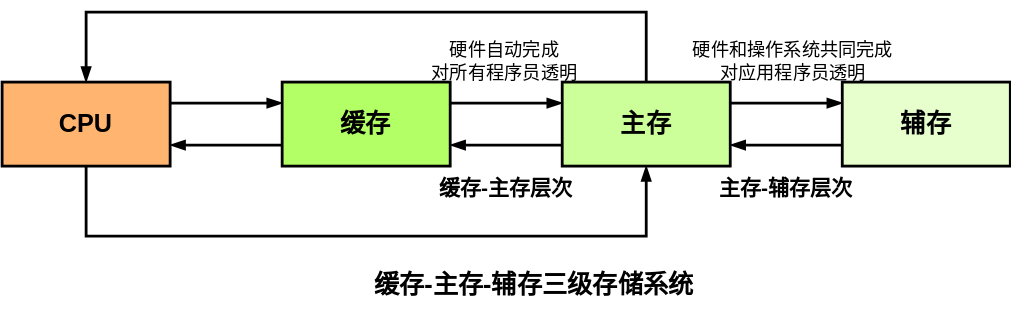
Above: pictures/计算机组成原理-存储器-层次结构.drawio.svg in creatern/NoteBook (draw.io), before the change. Source tidied: cells renumbered, new cells last; positions are measured from the earlier drawing's top-left corner, leaving out a move shared by most shapes.
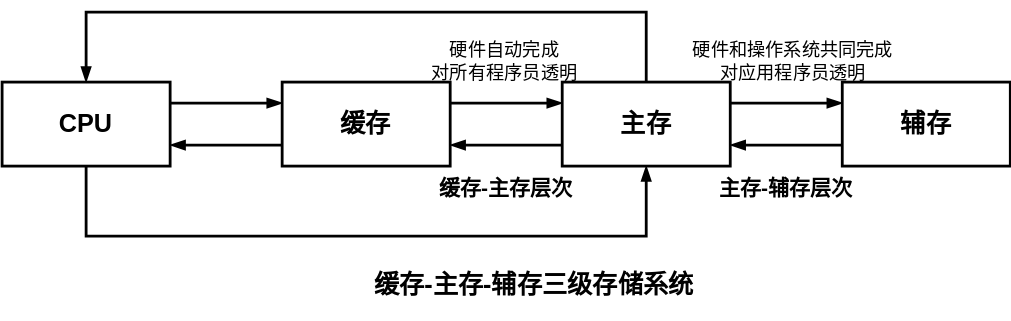
After the commit.

The edit, as a diff of the source:
```diff
@@ -13,7 +13,7 @@
         </Array>
       </mxGeometry>
     </mxCell>
-    <mxCell id="4" value="&lt;b&gt;&lt;font style=&quot;font-size: 18px;&quot;&gt;CPU&lt;/font&gt;&lt;/b&gt;" style="rounded=0;whiteSpace=wrap;html=1;strokeWidth=2;fillColor=#FFB570;" parent="1" vertex="1">
+    <mxCell id="4" value="&lt;b&gt;&lt;font style=&quot;font-size: 18px;&quot;&gt;CPU&lt;/font&gt;&lt;/b&gt;" style="rounded=0;whiteSpace=wrap;html=1;strokeWidth=2;" parent="1" vertex="1">
       <mxGeometry y="50" width="120" height="60" as="geometry" />
     </mxCell>
     <mxCell id="5" style="edgeStyle=orthogonalEdgeStyle;shape=connector;rounded=0;jettySize=auto;html=1;exitX=0;exitY=0.75;exitDx=0;exitDy=0;entryX=1;entryY=0.75;entryDx=0;entryDy=0;labelBackgroundColor=default;strokeColor=default;strokeWidth=2;fontFamily=Helvetica;fontSize=11;fontColor=default;endArrow=blockThin;endFill=1;" parent="1" edge="1" source="7" target="4">
@@ -22,7 +22,7 @@
     <mxCell id="6" style="edgeStyle=orthogonalEdgeStyle;shape=connector;rounded=0;jettySize=auto;html=1;exitX=1;exitY=0.25;exitDx=0;exitDy=0;entryX=0;entryY=0.25;entryDx=0;entryDy=0;labelBackgroundColor=default;strokeColor=default;strokeWidth=2;fontFamily=Helvetica;fontSize=11;fontColor=default;endArrow=blockThin;endFill=1;" parent="1" edge="1" source="7" target="11">
       <mxGeometry relative="1" as="geometry" />
     </mxCell>
-    <mxCell id="7" value="&lt;font style=&quot;font-size: 18px;&quot;&gt;缓存&lt;/font&gt;" style="rounded=0;whiteSpace=wrap;html=1;strokeWidth=2;fontSize=18;fontStyle=1;fillColor=#B3FF66;" parent="1" vertex="1">
+    <mxCell id="7" value="&lt;font style=&quot;font-size: 18px;&quot;&gt;缓存&lt;/font&gt;" style="rounded=0;whiteSpace=wrap;html=1;strokeWidth=2;fontSize=18;fontStyle=1;" parent="1" vertex="1">
       <mxGeometry x="200" y="50" width="120" height="60" as="geometry" />
     </mxCell>
     <mxCell id="8" style="edgeStyle=orthogonalEdgeStyle;shape=connector;rounded=0;jettySize=auto;html=1;exitX=0;exitY=0.75;exitDx=0;exitDy=0;entryX=1;entryY=0.75;entryDx=0;entryDy=0;labelBackgroundColor=default;strokeColor=default;strokeWidth=2;fontFamily=Helvetica;fontSize=11;fontColor=default;endArrow=blockThin;endFill=1;" parent="1" edge="1" source="11" target="7">
@@ -39,13 +39,13 @@
         </Array>
       </mxGeometry>
     </mxCell>
-    <mxCell id="11" value="主存" style="rounded=0;whiteSpace=wrap;html=1;strokeWidth=2;fontSize=18;fontStyle=1;fillColor=#CCFF99;" parent="1" vertex="1">
+    <mxCell id="11" value="主存" style="rounded=0;whiteSpace=wrap;html=1;strokeWidth=2;fontSize=18;fontStyle=1;" parent="1" vertex="1">
       <mxGeometry x="400" y="50" width="120" height="60" as="geometry" />
     </mxCell>
     <mxCell id="12" style="edgeStyle=orthogonalEdgeStyle;shape=connector;rounded=0;jettySize=auto;html=1;exitX=0;exitY=0.75;exitDx=0;exitDy=0;entryX=1;entryY=0.75;entryDx=0;entryDy=0;labelBackgroundColor=default;strokeColor=default;strokeWidth=2;fontFamily=Helvetica;fontSize=11;fontColor=default;endArrow=blockThin;endFill=1;" parent="1" edge="1" source="13" target="11">
       <mxGeometry relative="1" as="geometry" />
     </mxCell>
-    <mxCell id="13" value="辅存" style="rounded=0;whiteSpace=wrap;html=1;strokeWidth=2;fontSize=18;fontStyle=1;fillColor=#E6FFCC;" parent="1" vertex="1">
+    <mxCell id="13" value="辅存" style="rounded=0;whiteSpace=wrap;html=1;strokeWidth=2;fontSize=18;fontStyle=1;" parent="1" vertex="1">
       <mxGeometry x="600" y="50" width="120" height="60" as="geometry" />
     </mxCell>
     <mxCell id="14" value="&lt;b style=&quot;font-size: 15px;&quot;&gt;缓存-主存层次&lt;/b&gt;" style="text;html=1;strokeColor=none;fillColor=none;align=center;verticalAlign=middle;whiteSpace=wrap;rounded=0;fontSize=15;fontFamily=Helvetica;fontColor=default;" parent="1" vertex="1">
```
